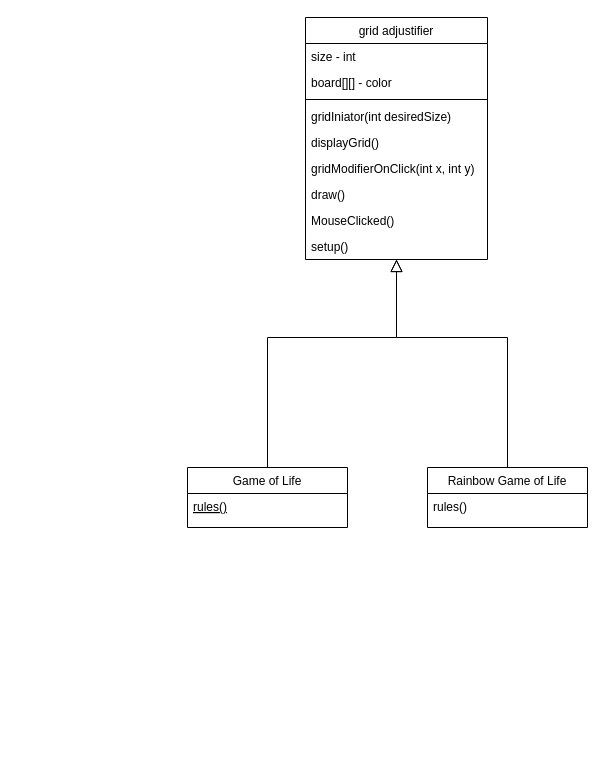
This is finalProjV0.drawio from Sauvage3/final_project, a draw.io file, before an edit. Source tidied: cells renumbered, new cells numbered last; positions are measured from the earlier drawing's top-left corner, leaving out a move shared by most shapes. Both pictures are drawn from the tidied source at 100%, with x=0, y=0 at pixel (187, 17).
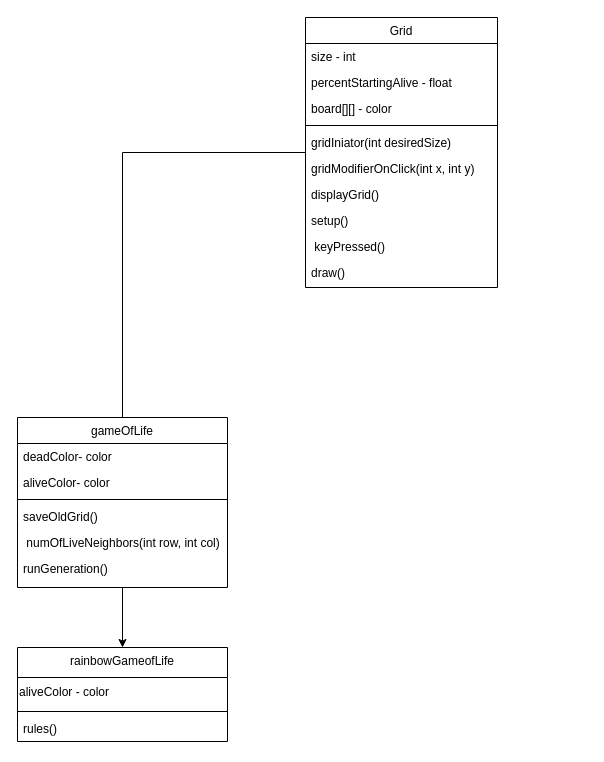
After the change.

What changed in the source:
```diff
@@
-    <mxCell id="2" value="Game of Life" style="swimlane;fontStyle=0;align=center;verticalAlign=top;horizontal=1;startSize=26;rounded=0;shadow=0;strokeWidth=1;" parent="1" vertex="1">
-      <mxGeometry y="450" width="160" height="60" as="geometry" />
-    </mxCell>
-    <mxCell id="3" value="rules()" style="text;align=left;verticalAlign=top;spacingLeft=4;spacingRight=4;overflow=hidden;fontStyle=4;" parent="2" vertex="1">
-      <mxGeometry y="26" width="160" height="26" as="geometry" />
-    </mxCell>
-    <mxCell id="4" style="endArrow=block;endSize=10;endFill=0;shadow=0;strokeWidth=1;rounded=0;edgeStyle=elbowEdgeStyle;elbow=vertical;entryX=0.5;entryY=1;entryDx=0;entryDy=0;exitX=0.5;exitY=0;exitDx=0;exitDy=0;exitPerimeter=0;" parent="1" edge="1" source="2" target="8">
-      <mxGeometry relative="1" as="geometry">
-        <Array as="points">
-          <mxPoint x="160" y="320" />
-          <mxPoint x="130" y="380" />
-          <mxPoint x="100" y="430" />
-          <mxPoint x="180" y="340" />
-        </Array>
-      </mxGeometry>
-    </mxCell>
-    <mxCell id="5" value="Rainbow Game of Life" style="swimlane;fontStyle=0;align=center;verticalAlign=top;horizontal=1;startSize=26;rounded=0;shadow=0;strokeWidth=1;" parent="1" vertex="1">
-      <mxGeometry x="240" y="450" width="160" height="60" as="geometry" />
-    </mxCell>
-    <mxCell id="6" value="rules()" style="text;align=left;verticalAlign=top;spacingLeft=4;spacingRight=4;overflow=hidden;" parent="5" vertex="1">
-      <mxGeometry y="26" width="160" height="26" as="geometry" />
-    </mxCell>
-    <mxCell id="7" style="endArrow=block;endSize=10;endFill=0;shadow=0;strokeWidth=1;rounded=0;edgeStyle=elbowEdgeStyle;elbow=vertical;entryX=0.5;entryY=1;entryDx=0;entryDy=0;" parent="1" edge="1" source="5" target="8">
-      <mxGeometry relative="1" as="geometry">
-        <Array as="points">
-          <mxPoint x="160" y="320" />
-          <mxPoint x="210" y="350" />
-          <mxPoint x="280" y="300" />
-          <mxPoint x="170" y="350" />
-        </Array>
-      </mxGeometry>
-    </mxCell>
-    <mxCell id="8" value="grid adjustifier" style="swimlane;fontStyle=0;align=center;verticalAlign=top;horizontal=1;startSize=26;rounded=0;shadow=0;strokeWidth=1;" parent="1" vertex="1">
-      <mxGeometry x="118" width="182" height="242" as="geometry" />
+    <mxCell id="8" value="Grid" style="swimlane;fontStyle=0;align=center;verticalAlign=top;horizontal=1;startSize=26;rounded=0;shadow=0;strokeWidth=1;" parent="1" vertex="1">
+      <mxGeometry x="118" width="192" height="270" as="geometry" />
     </mxCell>
     <mxCell id="9" value="size - int&#10;" style="text;align=left;verticalAlign=top;spacingLeft=4;spacingRight=4;overflow=hidden;" parent="8" vertex="1">
-      <mxGeometry y="26" width="182" height="26" as="geometry" />
+      <mxGeometry y="26" width="192" height="26" as="geometry" />
     </mxCell>
+    <mxCell id="18" value="percentStartingAlive - float&#10;" style="text;align=left;verticalAlign=top;spacingLeft=4;spacingRight=4;overflow=hidden;rounded=0;shadow=0;html=0;" parent="8" vertex="1">
+      <mxGeometry y="52" width="192" height="26" as="geometry" />
+    </mxCell>
     <mxCell id="10" value="board[][] - color&#10;" style="text;align=left;verticalAlign=top;spacingLeft=4;spacingRight=4;overflow=hidden;rounded=0;shadow=0;html=0;" parent="8" vertex="1">
-      <mxGeometry y="52" width="182" height="26" as="geometry" />
+      <mxGeometry y="78" width="192" height="26" as="geometry" />
     </mxCell>
     <mxCell id="11" style="line;html=1;strokeWidth=1;align=left;verticalAlign=middle;spacingTop=-1;spacingLeft=3;spacingRight=3;labelPosition=right;" parent="8" vertex="1">
-      <mxGeometry y="78" width="182" height="8" as="geometry" />
+      <mxGeometry y="104" width="192" height="8" as="geometry" />
     </mxCell>
-    <mxCell id="12" value="gridIniator(int desiredSize)&#10;" style="text;align=left;verticalAlign=top;spacingLeft=4;spacingRight=4;overflow=hidden;" parent="8" vertex="1">
-      <mxGeometry y="86" width="182" height="26" as="geometry" />
+    <mxCell id="12" value="gridIniator(int desiredSize)" style="text;align=left;verticalAlign=top;spacingLeft=4;spacingRight=4;overflow=hidden;" parent="8" vertex="1">
+      <mxGeometry y="112" width="192" height="26" as="geometry" />
     </mxCell>
-    <mxCell id="13" value="displayGrid()&#10;" style="text;align=left;verticalAlign=top;spacingLeft=4;spacingRight=4;overflow=hidden;" parent="8" vertex="1">
-      <mxGeometry y="112" width="182" height="26" as="geometry" />
+    <mxCell id="13" value="gridModifierOnClick(int x, int y)" style="text;align=left;verticalAlign=top;spacingLeft=4;spacingRight=4;overflow=hidden;" parent="8" vertex="1">
+      <mxGeometry y="138" width="192" height="26" as="geometry" />
     </mxCell>
-    <mxCell id="14" value="gridModifierOnClick(int x, int y)" style="text;align=left;verticalAlign=top;spacingLeft=4;spacingRight=4;overflow=hidden;" parent="8" vertex="1">
-      <mxGeometry y="138" width="182" height="26" as="geometry" />
+    <mxCell id="14" value="displayGrid()" style="text;align=left;verticalAlign=top;spacingLeft=4;spacingRight=4;overflow=hidden;" parent="8" vertex="1">
+      <mxGeometry y="164" width="192" height="26" as="geometry" />
     </mxCell>
-    <mxCell id="15" value="draw()" style="text;align=left;verticalAlign=top;spacingLeft=4;spacingRight=4;overflow=hidden;" parent="8" vertex="1">
-      <mxGeometry y="164" width="182" height="26" as="geometry" />
+    <mxCell id="15" value="setup()" style="text;align=left;verticalAlign=top;spacingLeft=4;spacingRight=4;overflow=hidden;" parent="8" vertex="1">
+      <mxGeometry y="190" width="192" height="26" as="geometry" />
     </mxCell>
-    <mxCell id="16" value="MouseClicked()" style="text;align=left;verticalAlign=top;spacingLeft=4;spacingRight=4;overflow=hidden;" parent="8" vertex="1">
-      <mxGeometry y="190" width="182" height="26" as="geometry" />
+    <mxCell id="16" value=" keyPressed()" style="text;align=left;verticalAlign=top;spacingLeft=4;spacingRight=4;overflow=hidden;" parent="8" vertex="1">
+      <mxGeometry y="216" width="192" height="26" as="geometry" />
     </mxCell>
-    <mxCell id="17" value="setup()" style="text;align=left;verticalAlign=top;spacingLeft=4;spacingRight=4;overflow=hidden;" parent="8" vertex="1">
-      <mxGeometry y="216" width="182" height="26" as="geometry" />
-    </mxCell>
+    <mxCell id="19" value="draw()" style="text;align=left;verticalAlign=top;spacingLeft=4;spacingRight=4;overflow=hidden;" parent="8" vertex="1">
+      <mxGeometry y="242" width="192" height="26" as="geometry" />
+    </mxCell>
+    <mxCell id="20" style="edgeStyle=orthogonalEdgeStyle;rounded=0;jettySize=auto;html=1;exitX=0.5;exitY=1;exitDx=0;exitDy=0;entryX=0.5;entryY=0;entryDx=0;entryDy=0;" parent="1" edge="1" source="21" target="28">
+      <mxGeometry relative="1" as="geometry" />
+    </mxCell>
+    <mxCell id="21" value="gameOfLife" style="swimlane;fontStyle=0;align=center;verticalAlign=top;horizontal=1;startSize=26;rounded=0;shadow=0;strokeWidth=1;" parent="1" vertex="1">
+      <mxGeometry x="-170" y="400" width="210" height="170" as="geometry" />
+    </mxCell>
+    <mxCell id="22" value="deadColor- color&#10;" style="text;align=left;verticalAlign=top;spacingLeft=4;spacingRight=4;overflow=hidden;" parent="21" vertex="1">
+      <mxGeometry y="26" width="210" height="26" as="geometry" />
+    </mxCell>
+    <mxCell id="23" value="aliveColor- color&#10;" style="text;align=left;verticalAlign=top;spacingLeft=4;spacingRight=4;overflow=hidden;rounded=0;shadow=0;html=0;" parent="21" vertex="1">
+      <mxGeometry y="52" width="210" height="26" as="geometry" />
+    </mxCell>
+    <mxCell id="24" style="line;html=1;strokeWidth=1;align=left;verticalAlign=middle;spacingTop=-1;spacingLeft=3;spacingRight=3;labelPosition=right;" parent="21" vertex="1">
+      <mxGeometry y="78" width="210" height="8" as="geometry" />
+    </mxCell>
+    <mxCell id="25" value="saveOldGrid()" style="text;align=left;verticalAlign=top;spacingLeft=4;spacingRight=4;overflow=hidden;" parent="21" vertex="1">
+      <mxGeometry y="86" width="210" height="26" as="geometry" />
+    </mxCell>
+    <mxCell id="26" value=" numOfLiveNeighbors(int row, int col)" style="text;align=left;verticalAlign=top;spacingLeft=4;spacingRight=4;overflow=hidden;" parent="21" vertex="1">
+      <mxGeometry y="112" width="210" height="26" as="geometry" />
+    </mxCell>
+    <mxCell id="27" value="runGeneration()" style="text;align=left;verticalAlign=top;spacingLeft=4;spacingRight=4;overflow=hidden;" parent="21" vertex="1">
+      <mxGeometry y="138" width="210" height="26" as="geometry" />
+    </mxCell>
+    <mxCell id="28" value="rainbowGameofLife" style="swimlane;fontStyle=0;align=center;verticalAlign=top;horizontal=1;startSize=30;rounded=0;shadow=0;strokeWidth=1;" parent="1" vertex="1">
+      <mxGeometry x="-170" y="630" width="210" height="94" as="geometry" />
+    </mxCell>
+    <mxCell id="29" value="aliveColor - color" style="text;html=1;strokeColor=none;fillColor=none;align=left;verticalAlign=middle;whiteSpace=wrap;rounded=0;" parent="28" vertex="1">
+      <mxGeometry y="30" width="210" height="30" as="geometry" />
+    </mxCell>
+    <mxCell id="30" style="line;html=1;strokeWidth=1;align=left;verticalAlign=middle;spacingTop=-1;spacingLeft=3;spacingRight=3;labelPosition=right;" parent="28" vertex="1">
+      <mxGeometry y="60" width="210" height="8" as="geometry" />
+    </mxCell>
+    <mxCell id="6" value="rules()" style="text;align=left;verticalAlign=top;spacingLeft=4;spacingRight=4;overflow=hidden;" parent="28" vertex="1">
+      <mxGeometry y="68" width="210" height="26" as="geometry" />
+    </mxCell>
+    <mxCell id="31" style="endArrow=none;html=1;rounded=0;" parent="1" edge="1" source="21" target="8">
+      <mxGeometry relative="1" as="geometry">
+        <Array as="points">
+          <mxPoint x="-65" y="135" />
+        </Array>
+      </mxGeometry>
+    </mxCell>
```
